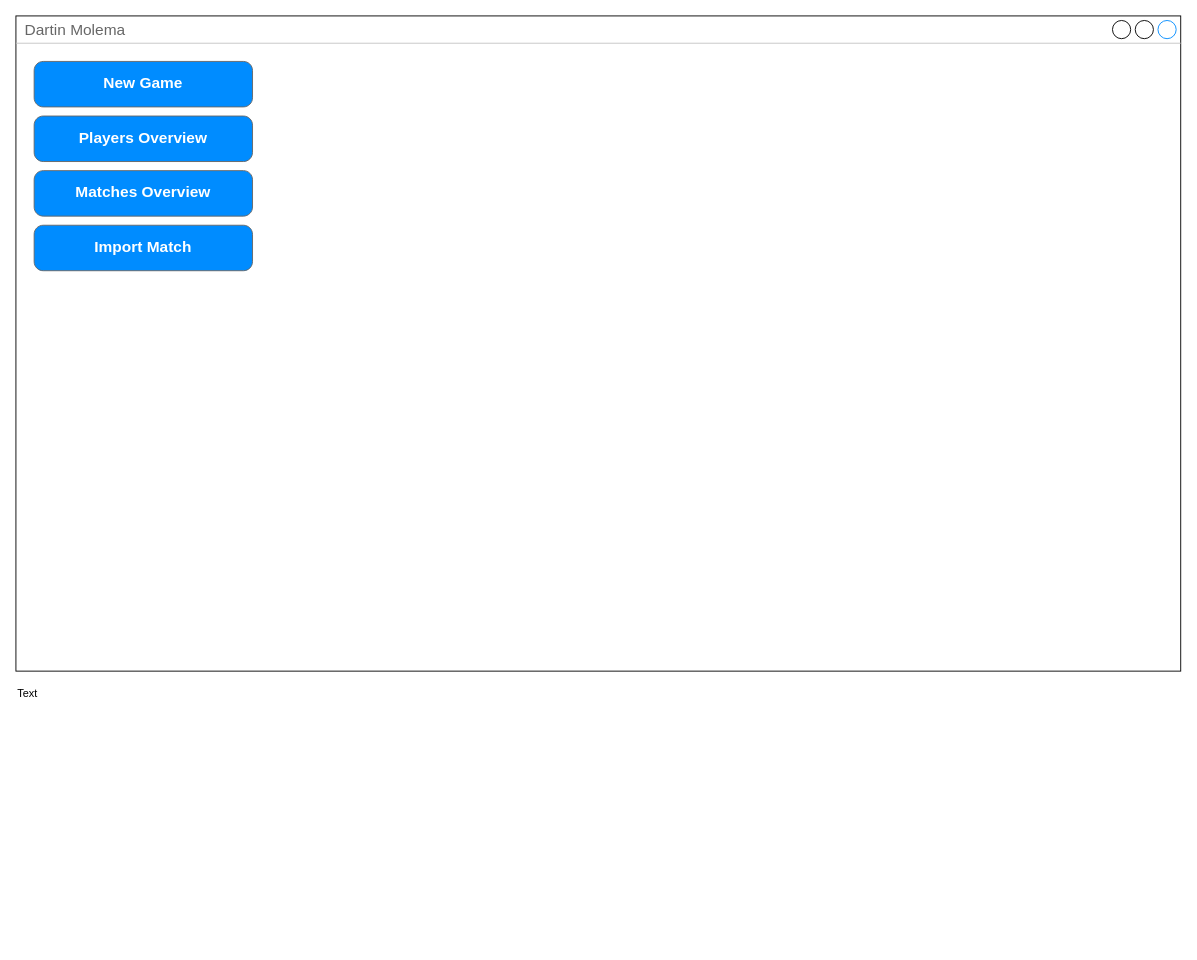
Above: page "Main" (1 of 7) of Documentation/Wireframes/Wireframes.drawio in Keyslam/DartinMolema (draw.io), before the change. Source tidied: cells renumbered, new cells numbered last; positions are measured from the earlier drawing's top-left corner, leaving out a move shared by most shapes. Both pictures are drawn from the tidied source at 91%, with x=0, y=0 at pixel (15, 15).
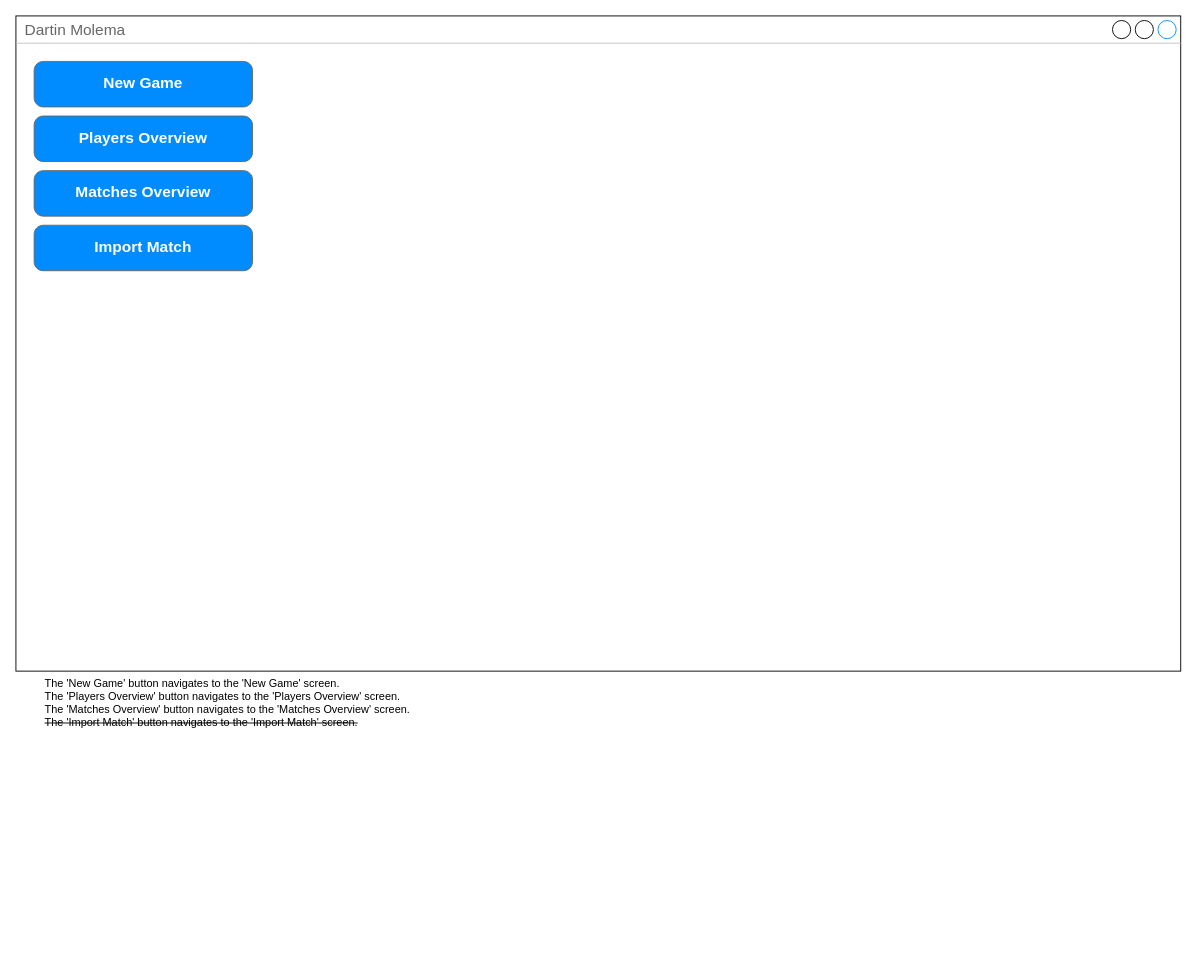
The same page after the edit.

Change to the diagram source:
```diff
@@
 <mxGraphModel>
   <root>
     <mxCell id="0" />
     <mxCell id="1" parent="0" />
     <mxCell id="2" style="group;" parent="1" vertex="1">
       <mxGeometry width="1280" height="720" as="geometry" />
     </mxCell>
     <mxCell id="3" value="Dartin Molema" style="strokeWidth=1;shadow=0;dashed=0;align=center;html=1;shape=mxgraph.mockup.containers.window;align=left;verticalAlign=top;spacingLeft=8;strokeColor2=#008cff;strokeColor3=#c4c4c4;fontColor=#666666;mainText=;fontSize=17;labelBackgroundColor=none;" parent="2" vertex="1">
       <mxGeometry width="1280" height="720" as="geometry" />
     </mxCell>
     <mxCell id="4" style="group;direction=east;rotation=0;" parent="2" vertex="1">
       <mxGeometry x="20" y="50" width="240" height="230" as="geometry" />
     </mxCell>
     <mxCell id="5" value="New Game" style="strokeWidth=1;shadow=0;dashed=0;align=center;html=1;shape=mxgraph.mockup.buttons.button;strokeColor=#666666;fontColor=#ffffff;mainText=;buttonStyle=round;fontSize=17;fontStyle=1;fillColor=#008cff;whiteSpace=wrap;" parent="4" vertex="1">
       <mxGeometry width="240" height="50" as="geometry" />
     </mxCell>
     <mxCell id="6" value="Players Overview" style="strokeWidth=1;shadow=0;dashed=0;align=center;html=1;shape=mxgraph.mockup.buttons.button;strokeColor=#666666;fontColor=#ffffff;mainText=;buttonStyle=round;fontSize=17;fontStyle=1;fillColor=#008cff;whiteSpace=wrap;" parent="4" vertex="1">
       <mxGeometry y="60" width="240" height="50" as="geometry" />
     </mxCell>
     <mxCell id="7" value="Matches Overview" style="strokeWidth=1;shadow=0;dashed=0;align=center;html=1;shape=mxgraph.mockup.buttons.button;strokeColor=#666666;fontColor=#ffffff;mainText=;buttonStyle=round;fontSize=17;fontStyle=1;fillColor=#008cff;whiteSpace=wrap;" parent="4" vertex="1">
       <mxGeometry y="120" width="240" height="50" as="geometry" />
     </mxCell>
     <mxCell id="8" value="Import Match" style="strokeWidth=1;shadow=0;dashed=0;align=center;html=1;shape=mxgraph.mockup.buttons.button;strokeColor=#666666;fontColor=#ffffff;mainText=;buttonStyle=round;fontSize=17;fontStyle=1;fillColor=#008cff;whiteSpace=wrap;" parent="4" vertex="1">
       <mxGeometry y="180" width="240" height="50" as="geometry" />
     </mxCell>
-    <mxCell id="9" value="Text" style="text;html=1;strokeColor=none;fillColor=none;align=left;verticalAlign=middle;whiteSpace=wrap;rounded=0;" parent="1" vertex="1">
-      <mxGeometry y="730" width="1280" height="30" as="geometry" />
+    <mxCell id="9" value="The 'New Game' button navigates to the 'New Game' screen.&lt;br&gt;The 'Players Overview' button navigates to the 'Players Overview' screen.&lt;br&gt;The 'Matches Overview' button navigates to the 'Matches Overview' screen.&lt;br&gt;&lt;strike&gt;The 'Import Match' button navigates to the 'Import Match' screen.&lt;/strike&gt;" style="text;html=1;strokeColor=none;fillColor=none;align=left;verticalAlign=top;whiteSpace=wrap;rounded=0;" parent="1" vertex="1">
+      <mxGeometry x="30" y="720" width="1230" height="300" as="geometry" />
     </mxCell>
   </root>
 </mxGraphModel>
```
